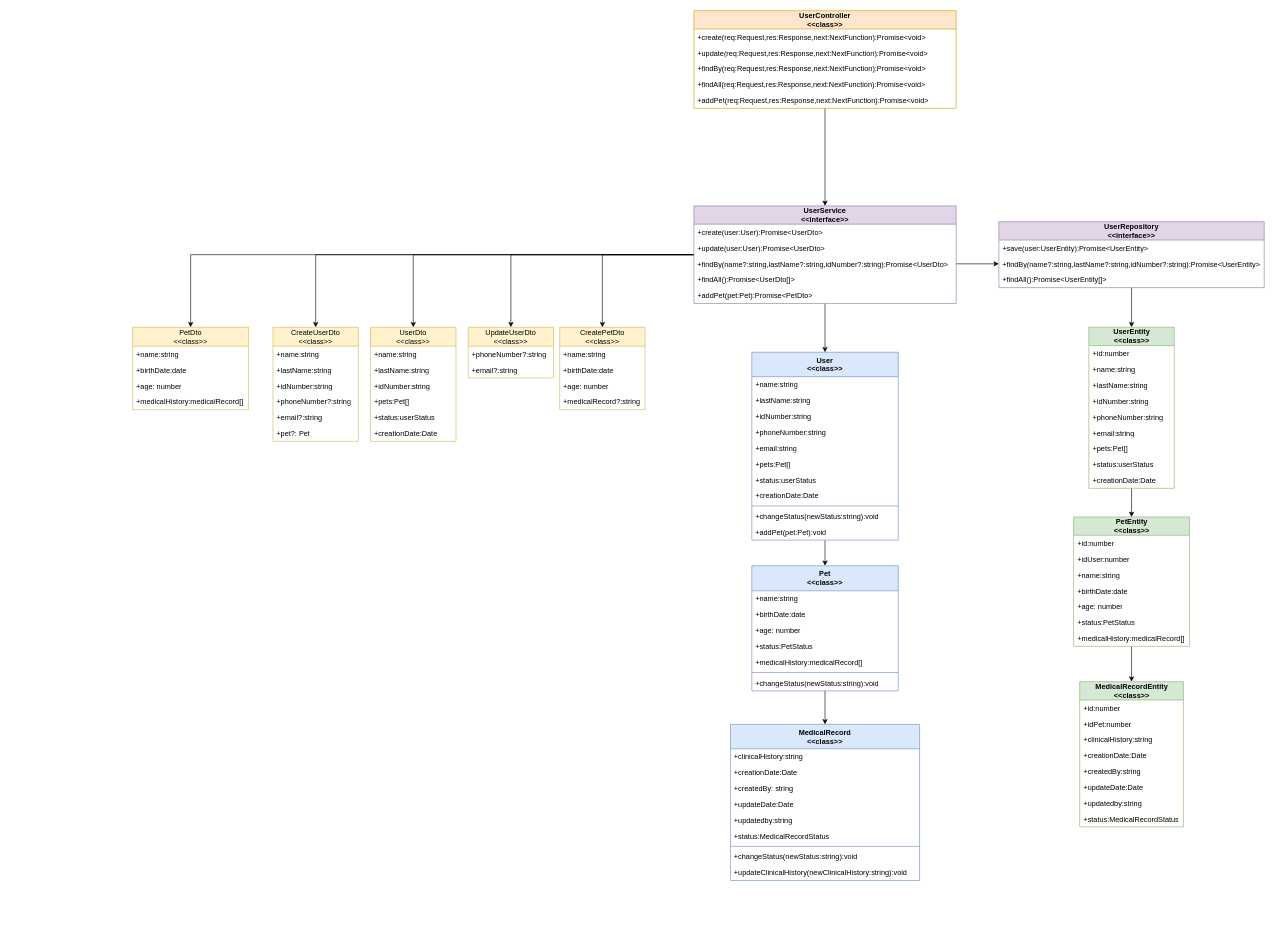
Earlier version of the draw.io diagram page "Classes" (1 of 2) of docs/Veterinaria design.drawio (Matias-Viking/Veterinary). Source tidied: cells renumbered, new cells numbered last; positions are measured from the earlier drawing's top-left corner, leaving out a move shared by most shapes. Both pictures are drawn from the tidied source at 61%, with x=0, y=0 at pixel (132, 10).
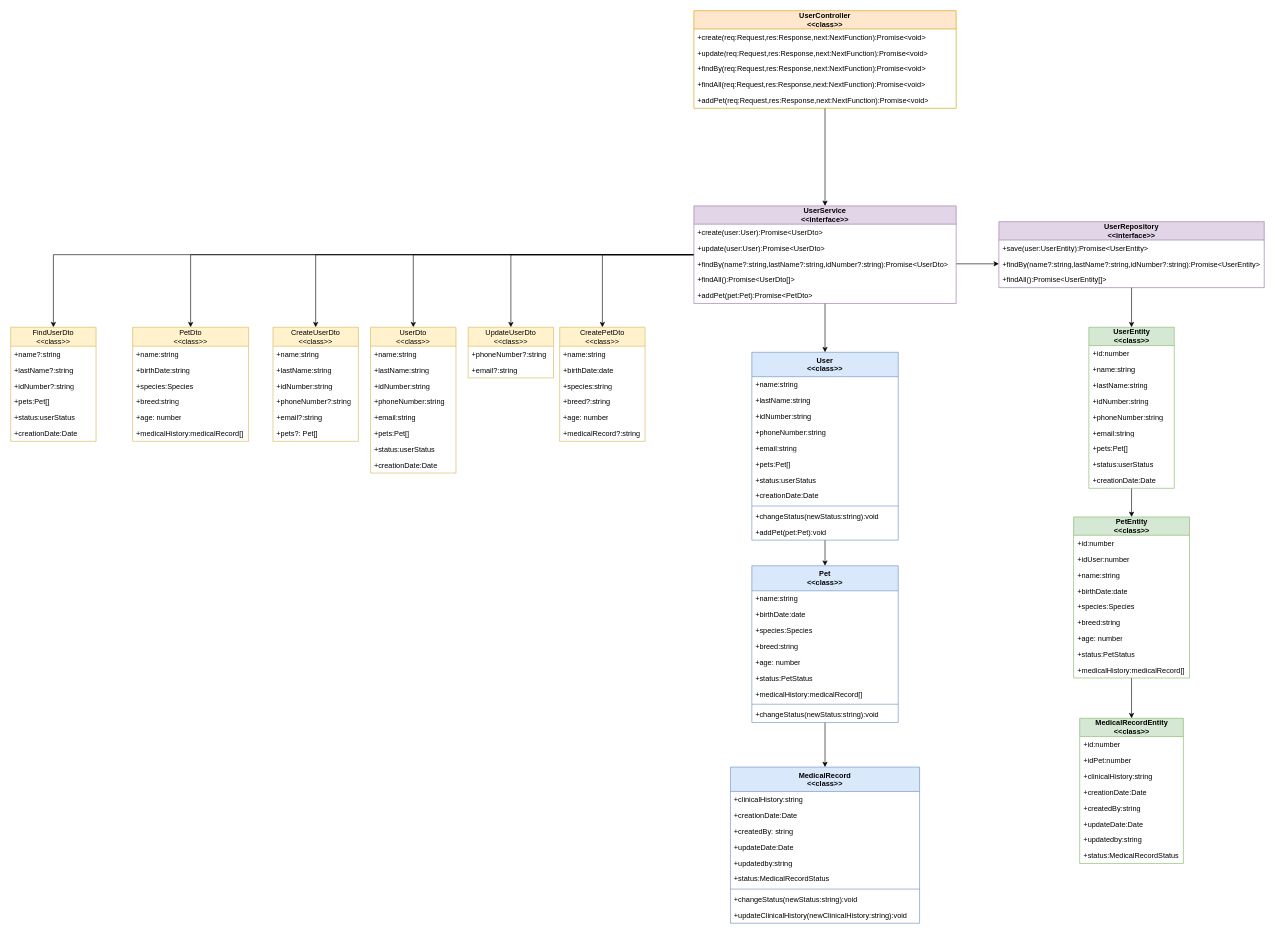
The same page after the edit.

Unchanged cells that the change refers to:
```xml
<mxCell id="75" value="&lt;b&gt;UserService&lt;/b&gt;&lt;div&gt;&lt;b&gt;&amp;lt;&amp;lt;interface&amp;gt;&amp;gt;&lt;/b&gt;&lt;/div&gt;" style="swimlane;fontStyle=0;horizontal=1;startSize=30;fillColor=#e1d5e7;whiteSpace=wrap;html=1;strokeColor=#9673a6;" parent="1" vertex="1">
  <mxGeometry x="920" y="320" width="430" height="160" as="geometry" />
</mxCell>
<mxCell id="88" value="CreateUserDto&lt;div&gt;&amp;lt;&amp;lt;class&amp;gt;&amp;gt;&lt;/div&gt;" style="swimlane;fontStyle=0;horizontal=1;startSize=31;fillColor=#fff2cc;whiteSpace=wrap;html=1;strokeColor=#d6b656;" parent="1" vertex="1">
  <mxGeometry x="230" y="519" width="140" height="187" as="geometry" />
</mxCell>
```

What changed in the source:
```diff
@@
     <mxCell id="3" value="Pet&lt;div&gt;&amp;lt;&amp;lt;class&amp;gt;&amp;gt;&lt;/div&gt;" style="swimlane;fontStyle=1;align=center;verticalAlign=top;horizontal=1;startSize=41;whiteSpace=wrap;html=1;fillColor=#dae8fc;strokeColor=#6c8ebf;" parent="1" vertex="1">
-      <mxGeometry x="1015" y="910" width="240" height="205" as="geometry" />
+      <mxGeometry x="1015" y="910" width="240" height="257" as="geometry" />
     </mxCell>
@@
+    <mxCell id="115" value="+species:Species" style="text;strokeColor=none;fillColor=none;align=left;verticalAlign=top;spacingLeft=4;spacingRight=4;overflow=hidden;whiteSpace=wrap;html=1;" parent="3" vertex="1">
+      <mxGeometry y="93" width="240" height="26" as="geometry" />
+    </mxCell>
+    <mxCell id="116" value="+breed:string" style="text;strokeColor=none;fillColor=none;align=left;verticalAlign=top;spacingLeft=4;spacingRight=4;overflow=hidden;whiteSpace=wrap;html=1;" parent="3" vertex="1">
+      <mxGeometry y="119" width="240" height="26" as="geometry" />
+    </mxCell>
     <mxCell id="6" value="+age: number" style="text;strokeColor=none;fillColor=none;align=left;verticalAlign=top;spacingLeft=4;spacingRight=4;overflow=hidden;whiteSpace=wrap;html=1;" parent="3" vertex="1">
-      <mxGeometry y="93" width="240" height="26" as="geometry" />
+      <mxGeometry y="145" width="240" height="26" as="geometry" />
     </mxCell>
     <mxCell id="7" value="+status:PetStatus" style="text;strokeColor=none;fillColor=none;align=left;verticalAlign=top;spacingLeft=4;spacingRight=4;overflow=hidden;whiteSpace=wrap;html=1;" parent="3" vertex="1">
-      <mxGeometry y="119" width="240" height="26" as="geometry" />
+      <mxGeometry y="171" width="240" height="26" as="geometry" />
     </mxCell>
     <mxCell id="8" value="+medicalHistory:medicalRecord[]" style="text;strokeColor=none;fillColor=none;align=left;verticalAlign=top;spacingLeft=4;spacingRight=4;overflow=hidden;whiteSpace=wrap;html=1;" parent="3" vertex="1">
-      <mxGeometry y="145" width="240" height="26" as="geometry" />
+      <mxGeometry y="197" width="240" height="26" as="geometry" />
     </mxCell>
     <mxCell id="9" style="line;strokeWidth=1;fillColor=none;align=left;verticalAlign=middle;spacingTop=-1;spacingLeft=3;spacingRight=3;labelPosition=right;strokeColor=inherit;" parent="3" vertex="1">
-      <mxGeometry y="171" width="240" height="8" as="geometry" />
+      <mxGeometry y="223" width="240" height="8" as="geometry" />
     </mxCell>
     <mxCell id="10" value="+changeStatus(newStatus:string):void" style="text;strokeColor=none;fillColor=none;align=left;verticalAlign=top;spacingLeft=4;spacingRight=4;overflow=hidden;whiteSpace=wrap;html=1;" parent="3" vertex="1">
-      <mxGeometry y="179" width="240" height="26" as="geometry" />
+      <mxGeometry y="231" width="240" height="26" as="geometry" />
     </mxCell>
@@
     <mxCell id="24" value="&lt;div&gt;MedicalRecord&lt;/div&gt;&lt;div&gt;&amp;lt;&amp;lt;class&amp;gt;&amp;gt;&lt;/div&gt;" style="swimlane;fontStyle=1;align=center;verticalAlign=top;horizontal=1;startSize=40;whiteSpace=wrap;html=1;fillColor=#dae8fc;strokeColor=#6c8ebf;" parent="1" vertex="1">
-      <mxGeometry x="980" y="1170" width="310" height="256" as="geometry" />
+      <mxGeometry x="980" y="1240" width="310" height="256" as="geometry" />
     </mxCell>
@@
     <mxCell id="34" value="&lt;b&gt;MedicalRecordEntity&lt;/b&gt;&lt;div&gt;&lt;b&gt;&amp;lt;&amp;lt;class&amp;gt;&amp;gt;&lt;/b&gt;&lt;/div&gt;" style="swimlane;fontStyle=0;horizontal=1;startSize=30;fillColor=#d5e8d4;whiteSpace=wrap;html=1;strokeColor=#82b366;" parent="1" vertex="1">
-      <mxGeometry x="1552.5" y="1100" width="170" height="238" as="geometry" />
+      <mxGeometry x="1552.5" y="1160" width="170" height="238" as="geometry" />
     </mxCell>
@@
     <mxCell id="44" value="&lt;b&gt;PetEntity&lt;/b&gt;&lt;div&gt;&lt;b&gt;&amp;lt;&amp;lt;class&amp;gt;&amp;gt;&lt;/b&gt;&lt;/div&gt;" style="swimlane;fontStyle=0;horizontal=1;startSize=30;fillColor=#d5e8d4;whiteSpace=wrap;html=1;strokeColor=#82b366;" parent="1" vertex="1">
-      <mxGeometry x="1542.5" y="830" width="190" height="212" as="geometry" />
+      <mxGeometry x="1542.5" y="830" width="190" height="264" as="geometry" />
     </mxCell>
@@
+    <mxCell id="117" value="+species:Species" style="text;strokeColor=none;fillColor=none;align=left;verticalAlign=top;spacingLeft=4;spacingRight=4;overflow=hidden;whiteSpace=wrap;html=1;" parent="44" vertex="1">
+      <mxGeometry y="134" width="190" height="26" as="geometry" />
+    </mxCell>
+    <mxCell id="118" value="+breed:string" style="text;strokeColor=none;fillColor=none;align=left;verticalAlign=top;spacingLeft=4;spacingRight=4;overflow=hidden;whiteSpace=wrap;html=1;" parent="44" vertex="1">
+      <mxGeometry y="160" width="190" height="26" as="geometry" />
+    </mxCell>
     <mxCell id="49" value="+age: number" style="text;strokeColor=none;fillColor=none;align=left;verticalAlign=top;spacingLeft=4;spacingRight=4;overflow=hidden;whiteSpace=wrap;html=1;" parent="44" vertex="1">
-      <mxGeometry y="134" width="190" height="26" as="geometry" />
+      <mxGeometry y="186" width="190" height="26" as="geometry" />
     </mxCell>
     <mxCell id="50" value="+status:PetStatus" style="text;strokeColor=none;fillColor=none;align=left;verticalAlign=top;spacingLeft=4;spacingRight=4;overflow=hidden;whiteSpace=wrap;html=1;" parent="44" vertex="1">
-      <mxGeometry y="160" width="190" height="26" as="geometry" />
+      <mxGeometry y="212" width="190" height="26" as="geometry" />
     </mxCell>
     <mxCell id="51" value="+medicalHistory:medicalRecord[]" style="text;strokeColor=none;fillColor=none;align=left;verticalAlign=top;spacingLeft=4;spacingRight=4;overflow=hidden;whiteSpace=wrap;html=1;" parent="44" vertex="1">
-      <mxGeometry y="186" width="190" height="26" as="geometry" />
+      <mxGeometry y="238" width="190" height="26" as="geometry" />
     </mxCell>
@@
+    <mxCell id="119" style="edgeStyle=orthogonalEdgeStyle;rounded=0;jettySize=auto;html=1;entryX=0.5;entryY=0;entryDx=0;entryDy=0;" parent="1" edge="1" source="75" target="126">
+      <mxGeometry relative="1" as="geometry" />
+    </mxCell>
@@
     <mxCell id="81" value="UserDto&lt;div&gt;&amp;lt;&amp;lt;class&amp;gt;&amp;gt;&lt;/div&gt;" style="swimlane;fontStyle=0;horizontal=1;startSize=31;fillColor=#fff2cc;whiteSpace=wrap;html=1;strokeColor=#d6b656;" parent="1" vertex="1">
-      <mxGeometry x="390" y="519" width="140" height="187" as="geometry" />
+      <mxGeometry x="390" y="519" width="140" height="239" as="geometry" />
     </mxCell>
@@
+    <mxCell id="120" value="+phoneNumber:string" style="text;strokeColor=none;fillColor=none;align=left;verticalAlign=top;spacingLeft=4;spacingRight=4;overflow=hidden;whiteSpace=wrap;html=1;" parent="81" vertex="1">
+      <mxGeometry y="109" width="140" height="26" as="geometry" />
+    </mxCell>
+    <mxCell id="121" value="+email:string" style="text;strokeColor=none;fillColor=none;align=left;verticalAlign=top;spacingLeft=4;spacingRight=4;overflow=hidden;whiteSpace=wrap;html=1;" parent="81" vertex="1">
+      <mxGeometry y="135" width="140" height="26" as="geometry" />
+    </mxCell>
     <mxCell id="85" value="+pets:Pet[]" style="text;strokeColor=none;fillColor=none;align=left;verticalAlign=top;spacingLeft=4;spacingRight=4;overflow=hidden;whiteSpace=wrap;html=1;" parent="81" vertex="1">
-      <mxGeometry y="109" width="140" height="26" as="geometry" />
+      <mxGeometry y="161" width="140" height="26" as="geometry" />
     </mxCell>
     <mxCell id="86" value="+status:userStatus" style="text;strokeColor=none;fillColor=none;align=left;verticalAlign=top;spacingLeft=4;spacingRight=4;overflow=hidden;whiteSpace=wrap;html=1;" parent="81" vertex="1">
-      <mxGeometry y="135" width="140" height="26" as="geometry" />
+      <mxGeometry y="187" width="140" height="26" as="geometry" />
     </mxCell>
     <mxCell id="87" value="+creationDate:Date" style="text;strokeColor=none;fillColor=none;align=left;verticalAlign=top;spacingLeft=4;spacingRight=4;overflow=hidden;whiteSpace=wrap;html=1;" parent="81" vertex="1">
-      <mxGeometry y="161" width="140" height="26" as="geometry" />
+      <mxGeometry y="213" width="140" height="26" as="geometry" />
     </mxCell>
@@
-    <mxCell id="94" value="+pet?: Pet" style="text;strokeColor=none;fillColor=none;align=left;verticalAlign=top;spacingLeft=4;spacingRight=4;overflow=hidden;whiteSpace=wrap;html=1;" parent="88" vertex="1">
+    <mxCell id="94" value="+pets?: Pet[]" style="text;strokeColor=none;fillColor=none;align=left;verticalAlign=top;spacingLeft=4;spacingRight=4;overflow=hidden;whiteSpace=wrap;html=1;" parent="88" vertex="1">
       <mxGeometry y="161" width="140" height="26" as="geometry" />
     </mxCell>
@@
     <mxCell id="105" value="CreatePetDto&lt;div&gt;&amp;lt;&amp;lt;class&amp;gt;&amp;gt;&lt;/div&gt;" style="swimlane;fontStyle=0;horizontal=1;startSize=31;fillColor=#fff2cc;whiteSpace=wrap;html=1;strokeColor=#d6b656;" parent="1" vertex="1">
-      <mxGeometry x="700" y="519" width="140" height="135" as="geometry" />
+      <mxGeometry x="700" y="519" width="140" height="187" as="geometry" />
     </mxCell>
@@
+    <mxCell id="122" value="+species:string" style="text;strokeColor=none;fillColor=none;align=left;verticalAlign=top;spacingLeft=4;spacingRight=4;overflow=hidden;whiteSpace=wrap;html=1;" parent="105" vertex="1">
+      <mxGeometry y="83" width="140" height="26" as="geometry" />
+    </mxCell>
+    <mxCell id="123" value="+breed?:string" style="text;strokeColor=none;fillColor=none;align=left;verticalAlign=top;spacingLeft=4;spacingRight=4;overflow=hidden;whiteSpace=wrap;html=1;" parent="105" vertex="1">
+      <mxGeometry y="109" width="140" height="26" as="geometry" />
+    </mxCell>
     <mxCell id="108" value="+age: number" style="text;strokeColor=none;fillColor=none;align=left;verticalAlign=top;spacingLeft=4;spacingRight=4;overflow=hidden;whiteSpace=wrap;html=1;" parent="105" vertex="1">
-      <mxGeometry y="83" width="140" height="26" as="geometry" />
+      <mxGeometry y="135" width="140" height="26" as="geometry" />
     </mxCell>
     <mxCell id="109" value="+medicalRecord?:string" style="text;strokeColor=none;fillColor=none;align=left;verticalAlign=top;spacingLeft=4;spacingRight=4;overflow=hidden;whiteSpace=wrap;html=1;" parent="105" vertex="1">
-      <mxGeometry y="109" width="140" height="26" as="geometry" />
+      <mxGeometry y="161" width="140" height="26" as="geometry" />
     </mxCell>
     <mxCell id="110" value="PetDto&lt;div&gt;&amp;lt;&amp;lt;class&amp;gt;&amp;gt;&lt;/div&gt;" style="swimlane;fontStyle=0;horizontal=1;startSize=31;fillColor=#fff2cc;whiteSpace=wrap;html=1;strokeColor=#d6b656;" parent="1" vertex="1">
-      <mxGeometry y="519" width="190" height="135" as="geometry" />
+      <mxGeometry y="519" width="190" height="187" as="geometry" />
     </mxCell>
@@
-    <mxCell id="112" value="+birthDate:date" style="text;strokeColor=none;fillColor=none;align=left;verticalAlign=top;spacingLeft=4;spacingRight=4;overflow=hidden;whiteSpace=wrap;html=1;" parent="110" vertex="1">
+    <mxCell id="112" value="+birthDate:string" style="text;strokeColor=none;fillColor=none;align=left;verticalAlign=top;spacingLeft=4;spacingRight=4;overflow=hidden;whiteSpace=wrap;html=1;" parent="110" vertex="1">
       <mxGeometry y="57" width="190" height="26" as="geometry" />
     </mxCell>
+    <mxCell id="124" value="+species:Species" style="text;strokeColor=none;fillColor=none;align=left;verticalAlign=top;spacingLeft=4;spacingRight=4;overflow=hidden;whiteSpace=wrap;html=1;" parent="110" vertex="1">
+      <mxGeometry y="83" width="190" height="26" as="geometry" />
+    </mxCell>
+    <mxCell id="125" value="+breed:string" style="text;strokeColor=none;fillColor=none;align=left;verticalAlign=top;spacingLeft=4;spacingRight=4;overflow=hidden;whiteSpace=wrap;html=1;" parent="110" vertex="1">
+      <mxGeometry y="109" width="190" height="26" as="geometry" />
+    </mxCell>
     <mxCell id="113" value="+age: number" style="text;strokeColor=none;fillColor=none;align=left;verticalAlign=top;spacingLeft=4;spacingRight=4;overflow=hidden;whiteSpace=wrap;html=1;" parent="110" vertex="1">
-      <mxGeometry y="83" width="190" height="26" as="geometry" />
+      <mxGeometry y="135" width="190" height="26" as="geometry" />
     </mxCell>
     <mxCell id="114" value="+medicalHistory:medicalRecord[]" style="text;strokeColor=none;fillColor=none;align=left;verticalAlign=top;spacingLeft=4;spacingRight=4;overflow=hidden;whiteSpace=wrap;html=1;" parent="110" vertex="1">
-      <mxGeometry y="109" width="190" height="26" as="geometry" />
+      <mxGeometry y="161" width="190" height="26" as="geometry" />
     </mxCell>
+    <mxCell id="126" value="FindUserDto&lt;div&gt;&amp;lt;&amp;lt;class&amp;gt;&amp;gt;&lt;/div&gt;" style="swimlane;fontStyle=0;horizontal=1;startSize=31;fillColor=#fff2cc;whiteSpace=wrap;html=1;strokeColor=#d6b656;" parent="1" vertex="1">
+      <mxGeometry x="-200" y="519" width="140" height="187" as="geometry" />
+    </mxCell>
+    <mxCell id="127" value="+name?:string" style="text;strokeColor=none;fillColor=none;align=left;verticalAlign=top;spacingLeft=4;spacingRight=4;overflow=hidden;whiteSpace=wrap;html=1;" parent="126" vertex="1">
+      <mxGeometry y="31" width="140" height="26" as="geometry" />
+    </mxCell>
+    <mxCell id="128" value="+lastName?:string" style="text;strokeColor=none;fillColor=none;align=left;verticalAlign=top;spacingLeft=4;spacingRight=4;overflow=hidden;whiteSpace=wrap;html=1;" parent="126" vertex="1">
+      <mxGeometry y="57" width="140" height="26" as="geometry" />
+    </mxCell>
+    <mxCell id="129" value="+idNumber?:string" style="text;strokeColor=none;fillColor=none;align=left;verticalAlign=top;spacingLeft=4;spacingRight=4;overflow=hidden;whiteSpace=wrap;html=1;" parent="126" vertex="1">
+      <mxGeometry y="83" width="140" height="26" as="geometry" />
+    </mxCell>
+    <mxCell id="130" value="+pets:Pet[]" style="text;strokeColor=none;fillColor=none;align=left;verticalAlign=top;spacingLeft=4;spacingRight=4;overflow=hidden;whiteSpace=wrap;html=1;" parent="126" vertex="1">
+      <mxGeometry y="109" width="140" height="26" as="geometry" />
+    </mxCell>
+    <mxCell id="131" value="+status:userStatus" style="text;strokeColor=none;fillColor=none;align=left;verticalAlign=top;spacingLeft=4;spacingRight=4;overflow=hidden;whiteSpace=wrap;html=1;" parent="126" vertex="1">
+      <mxGeometry y="135" width="140" height="26" as="geometry" />
+    </mxCell>
+    <mxCell id="132" value="+creationDate:Date" style="text;strokeColor=none;fillColor=none;align=left;verticalAlign=top;spacingLeft=4;spacingRight=4;overflow=hidden;whiteSpace=wrap;html=1;" parent="126" vertex="1">
+      <mxGeometry y="161" width="140" height="26" as="geometry" />
+    </mxCell>
```
